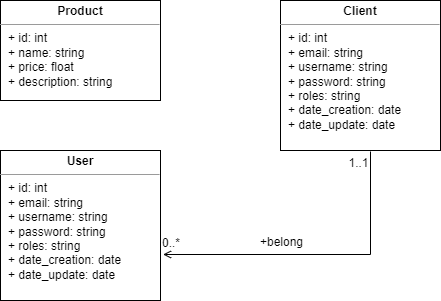
This is UML/Diagramme de classe.drawio.png from Gaetanf64/P7-Bilemo-OC, a draw.io export, as it was before one commit. Source tidied: cells renumbered, new cells last; positions are measured from the earlier drawing's top-left corner, leaving out a move shared by most shapes.
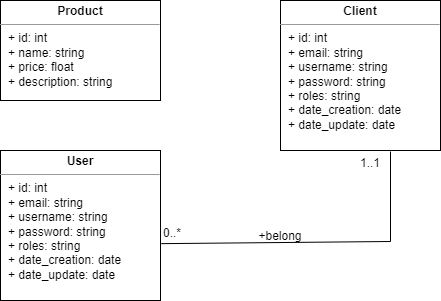
The same diagram one commit later.

Commit message:
correction UML

Diff of the diagram source:
```diff
@@ -16,34 +16,29 @@
         <mxPoint x="-242" y="-243" as="offset" />
       </mxGeometry>
     </mxCell>
-    <mxCell id="6" style="endArrow=open;shadow=0;strokeWidth=1;rounded=0;endFill=1;edgeStyle=elbowEdgeStyle;elbow=vertical;entryX=1.016;entryY=0.426;entryDx=0;entryDy=0;entryPerimeter=0;" parent="1" edge="1">
-      <mxGeometry x="0.5" y="41" relative="1" as="geometry">
-        <mxPoint x="370" y="151" as="sourcePoint" />
-        <mxPoint x="162.6" y="253.6" as="targetPoint" />
-        <Array as="points">
-          <mxPoint x="260" y="254" />
-          <mxPoint x="270" y="341" />
-        </Array>
-        <mxPoint x="-40" y="32" as="offset" />
-      </mxGeometry>
-    </mxCell>
+    <mxCell id="10" value="&lt;p style=&quot;margin: 0px ; margin-top: 4px ; text-align: center&quot;&gt;&lt;b&gt;Client&lt;/b&gt;&lt;/p&gt;&lt;hr size=&quot;1&quot;&gt;&lt;p style=&quot;margin: 0px ; margin-left: 4px&quot;&gt;&lt;/p&gt;&lt;p style=&quot;margin: 0px 0px 0px 8px&quot;&gt;+ id: int&lt;br&gt;+ email: string&lt;/p&gt;&lt;p style=&quot;margin: 0px 0px 0px 8px&quot;&gt;+ username: string&lt;/p&gt;&lt;p style=&quot;margin: 0px 0px 0px 8px&quot;&gt;+ password: string&lt;/p&gt;&lt;p style=&quot;margin: 0px 0px 0px 8px&quot;&gt;+ roles: string&lt;/p&gt;&lt;p style=&quot;margin: 0px 0px 0px 8px&quot;&gt;+ date_creation: date&lt;/p&gt;&lt;p style=&quot;margin: 0px 0px 0px 8px&quot;&gt;+ date_update: date&lt;br&gt;&lt;/p&gt;" style="verticalAlign=top;align=left;overflow=fill;fontSize=12;fontFamily=Helvetica;html=1;" parent="1" vertex="1">
+      <mxGeometry x="280" width="160" height="150" as="geometry" />
+    </mxCell>
+    <mxCell id="11" style="endArrow=none;html=1;rounded=0;exitX=1.005;exitY=0.621;exitDx=0;exitDy=0;exitPerimeter=0;" parent="1" edge="1" source="4">
+      <mxGeometry relative="1" as="geometry">
+        <mxPoint x="390" y="151" as="targetPoint" />
+        <Array as="points">
+          <mxPoint x="390" y="241" />
+        </Array>
+      </mxGeometry>
+    </mxCell>
-    <mxCell id="7" value="0..*" style="align=left;verticalAlign=bottom;labelBackgroundColor=none;fontSize=12;" parent="6" vertex="1">
+    <mxCell id="7" value="0..*" style="html=1;align=left;verticalAlign=bottom;" parent="11" vertex="1">
       <mxGeometry x="-1" relative="1" as="geometry">
-        <mxPoint x="-210" y="100" as="offset" />
+        <mxPoint y="-2" as="offset" />
       </mxGeometry>
     </mxCell>
-    <mxCell id="8" value="1..1" style="align=right;verticalAlign=bottom;labelBackgroundColor=none;fontSize=12;" parent="6" vertex="1">
+    <mxCell id="8" value="1..1" style="html=1;align=right;verticalAlign=bottom;" parent="11" vertex="1">
       <mxGeometry x="1" relative="1" as="geometry">
-        <mxPoint x="207" y="-82" as="offset" />
+        <mxPoint x="-10" y="20" as="offset" />
       </mxGeometry>
     </mxCell>
-    <mxCell id="9" value="+belong" style="text;html=1;align=center;verticalAlign=middle;labelBackgroundColor=none;rounded=0;shadow=0;strokeWidth=1;fontSize=12;" parent="6" vertex="1">
-      <mxGeometry x="0.5" y="49" relative="1" as="geometry">
-        <mxPoint x="40" y="-62" as="offset" />
-      </mxGeometry>
+    <mxCell id="9" value="+belong" style="text;html=1;strokeColor=none;fillColor=none;align=center;verticalAlign=middle;whiteSpace=wrap;rounded=0;" parent="1" vertex="1">
+      <mxGeometry x="250" y="221" width="60" height="30" as="geometry" />
     </mxCell>
-    <mxCell id="10" value="&lt;p style=&quot;margin: 0px ; margin-top: 4px ; text-align: center&quot;&gt;&lt;b&gt;Client&lt;/b&gt;&lt;/p&gt;&lt;hr size=&quot;1&quot;&gt;&lt;p style=&quot;margin: 0px ; margin-left: 4px&quot;&gt;&lt;/p&gt;&lt;p style=&quot;margin: 0px 0px 0px 8px&quot;&gt;+ id: int&lt;br&gt;+ email: string&lt;/p&gt;&lt;p style=&quot;margin: 0px 0px 0px 8px&quot;&gt;+ username: string&lt;/p&gt;&lt;p style=&quot;margin: 0px 0px 0px 8px&quot;&gt;+ password: string&lt;/p&gt;&lt;p style=&quot;margin: 0px 0px 0px 8px&quot;&gt;+ roles: string&lt;/p&gt;&lt;p style=&quot;margin: 0px 0px 0px 8px&quot;&gt;+ date_creation: date&lt;/p&gt;&lt;p style=&quot;margin: 0px 0px 0px 8px&quot;&gt;+ date_update: date&lt;br&gt;&lt;/p&gt;" style="verticalAlign=top;align=left;overflow=fill;fontSize=12;fontFamily=Helvetica;html=1;" parent="1" vertex="1">
-      <mxGeometry x="280" width="160" height="150" as="geometry" />
-    </mxCell>
   </root>
 </mxGraphModel>
```
